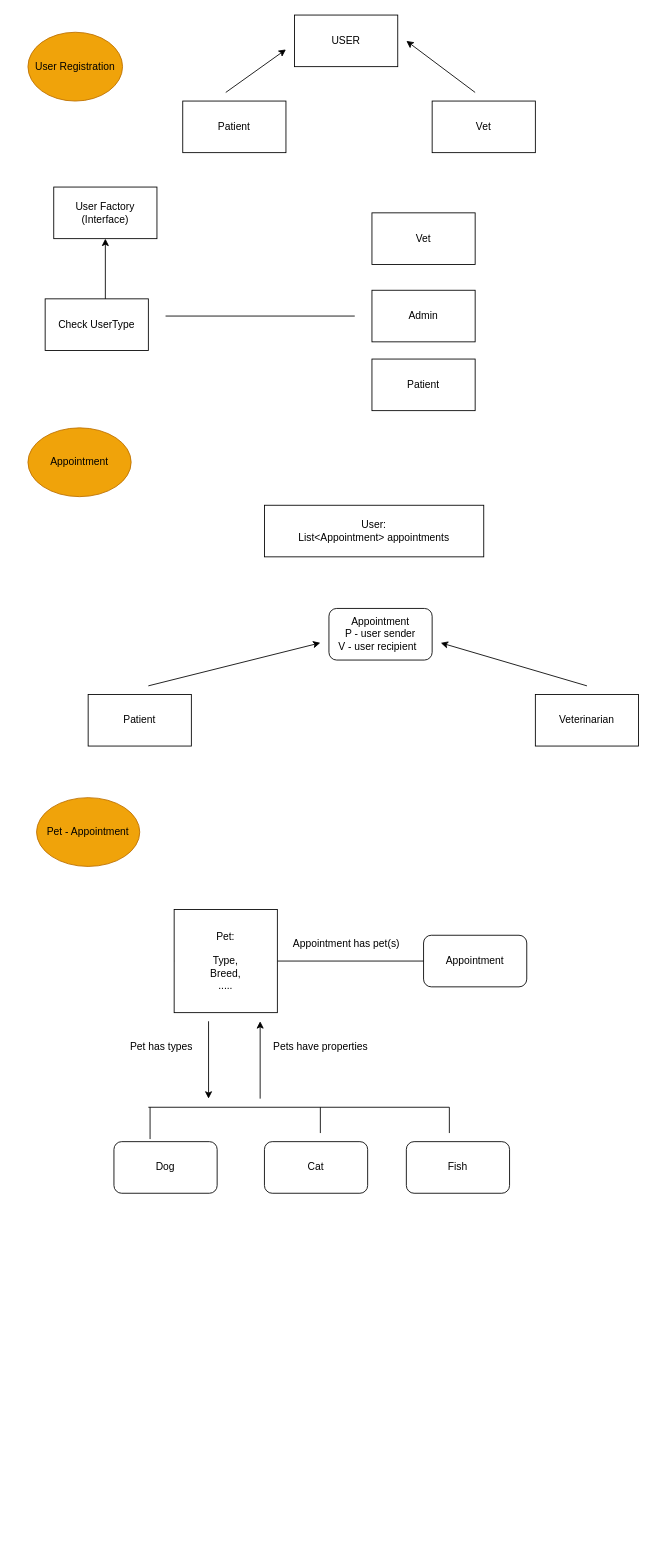
This is pet-care/src/main/java/com/majesty/pet_care/diagram/diagram.drawio from jacob-majesty/pet-care, a draw.io file, before an edit. Source tidied: cells renumbered, new cells numbered last; positions are measured from the earlier drawing's top-left corner, leaving out a move shared by most shapes. Both pictures are drawn from the tidied source at 86%, with x=0, y=0 at pixel (28, 15).
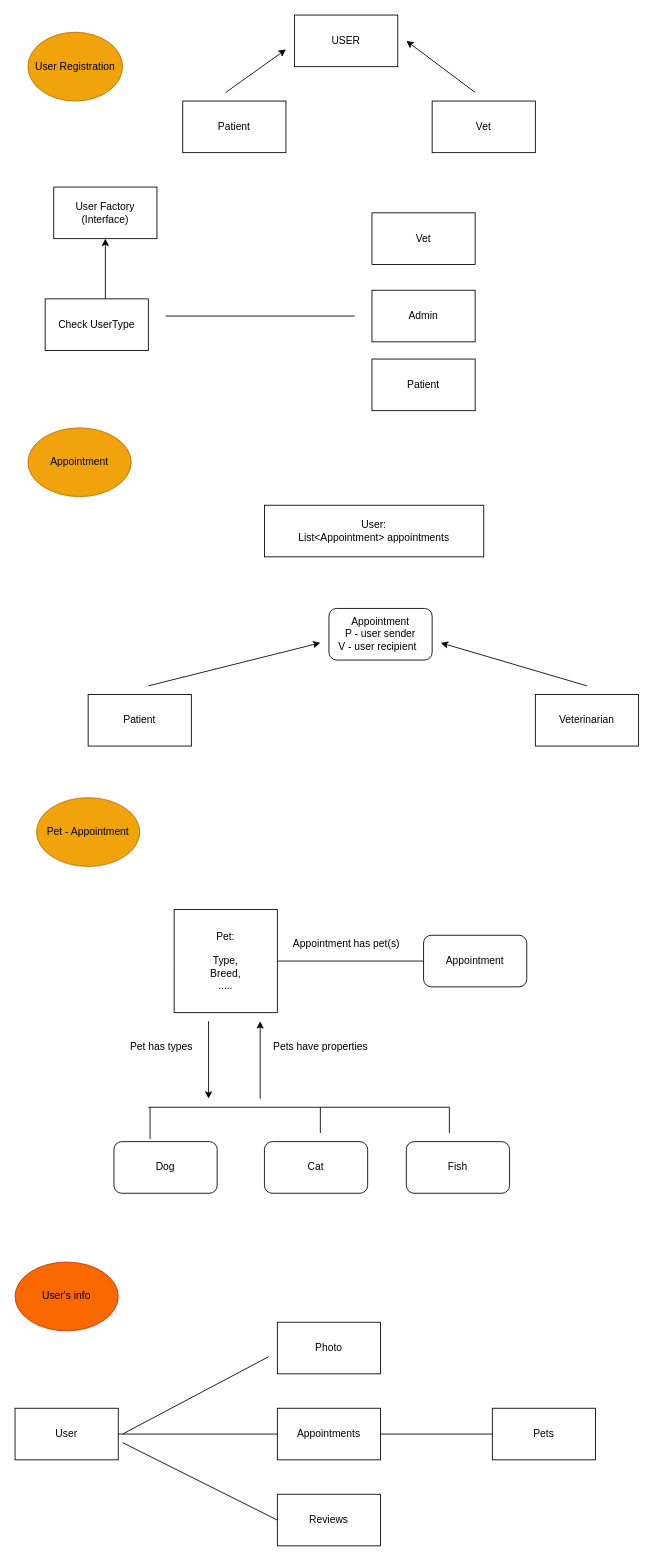
The same diagram, later.

Diff of the diagram source:
```diff
@@
+    <mxCell id="39" value="User" style="rounded=0;whiteSpace=wrap;html=1;" parent="1" vertex="1">
+      <mxGeometry x="-15" y="1620" width="120" height="60" as="geometry" />
+    </mxCell>
+    <mxCell id="40" value="Appointments" style="rounded=0;whiteSpace=wrap;html=1;" parent="1" vertex="1">
+      <mxGeometry x="290" y="1620" width="120" height="60" as="geometry" />
+    </mxCell>
+    <mxCell id="41" value="Photo" style="rounded=0;whiteSpace=wrap;html=1;" parent="1" vertex="1">
+      <mxGeometry x="290" y="1520" width="120" height="60" as="geometry" />
+    </mxCell>
+    <mxCell id="42" value="Reviews" style="rounded=0;whiteSpace=wrap;html=1;" parent="1" vertex="1">
+      <mxGeometry x="290" y="1720" width="120" height="60" as="geometry" />
+    </mxCell>
+    <mxCell id="43" value="Pets" style="rounded=0;whiteSpace=wrap;html=1;" parent="1" vertex="1">
+      <mxGeometry x="540" y="1620" width="120" height="60" as="geometry" />
+    </mxCell>
+    <mxCell id="44" style="endArrow=none;html=1;exitX=1;exitY=0.5;exitDx=0;exitDy=0;entryX=0;entryY=0.5;entryDx=0;entryDy=0;" parent="1" edge="1" source="40" target="43">
+      <mxGeometry relative="1" as="geometry" />
+    </mxCell>
+    <mxCell id="45" style="endArrow=none;html=1;exitX=1;exitY=0.5;exitDx=0;exitDy=0;entryX=0;entryY=0.5;entryDx=0;entryDy=0;" parent="1" edge="1" source="39" target="40">
+      <mxGeometry relative="1" as="geometry" />
+    </mxCell>
+    <mxCell id="46" style="endArrow=none;html=1;" parent="1" edge="1">
+      <mxGeometry relative="1" as="geometry">
+        <mxPoint x="110" y="1650" as="sourcePoint" />
+        <mxPoint x="280" y="1560" as="targetPoint" />
+      </mxGeometry>
+    </mxCell>
+    <mxCell id="47" style="endArrow=none;html=1;entryX=0;entryY=0.5;entryDx=0;entryDy=0;" parent="1" edge="1" target="42">
+      <mxGeometry relative="1" as="geometry">
+        <mxPoint x="110" y="1660" as="sourcePoint" />
+      </mxGeometry>
+    </mxCell>
+    <mxCell id="48" value="User's info" style="ellipse;whiteSpace=wrap;html=1;fillColor=#fa6800;fontColor=#000000;strokeColor=#C73500;" parent="1" vertex="1">
+      <mxGeometry x="-15" y="1450" width="120" height="80" as="geometry" />
+    </mxCell>
```
